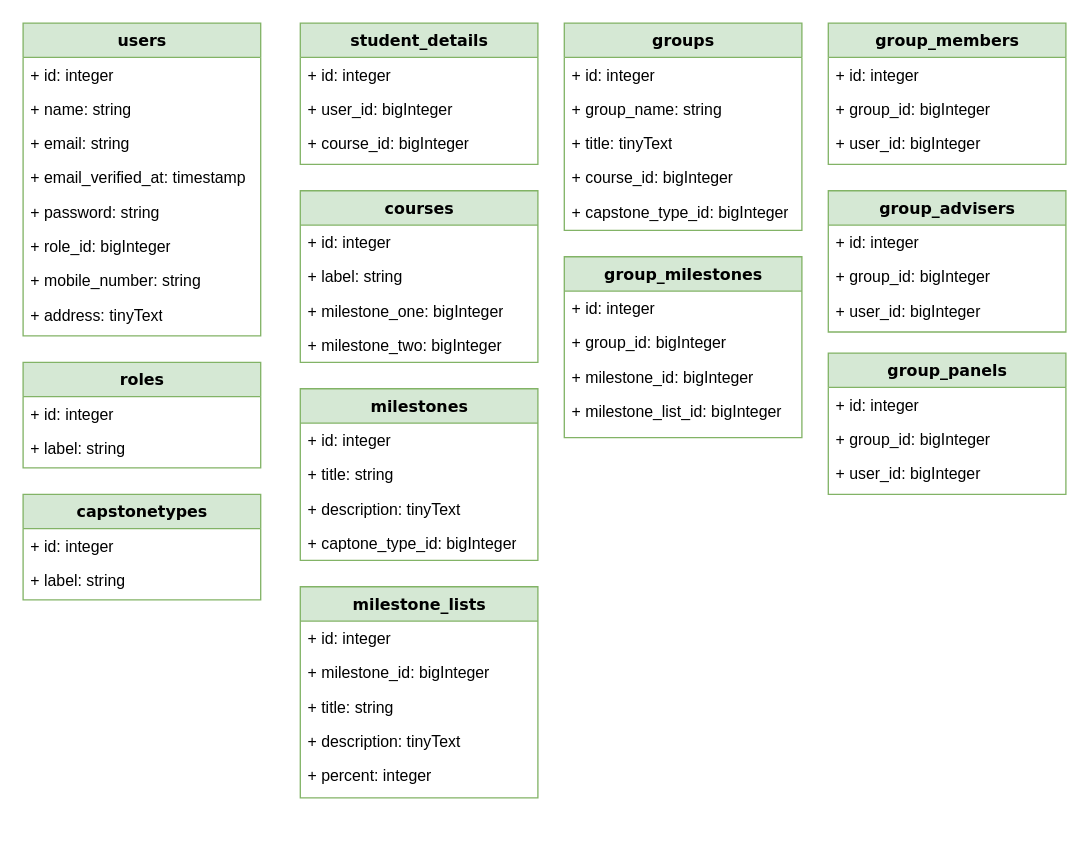
Earlier version of the draw.io diagram database/schema.drawio (elur123/ccerms-api). Source tidied: cells renumbered, new cells numbered last; positions are measured from the earlier drawing's top-left corner, leaving out a move shared by most shapes. Both pictures are drawn from the tidied source at 132%, with x=0, y=0 at pixel (22, 22).
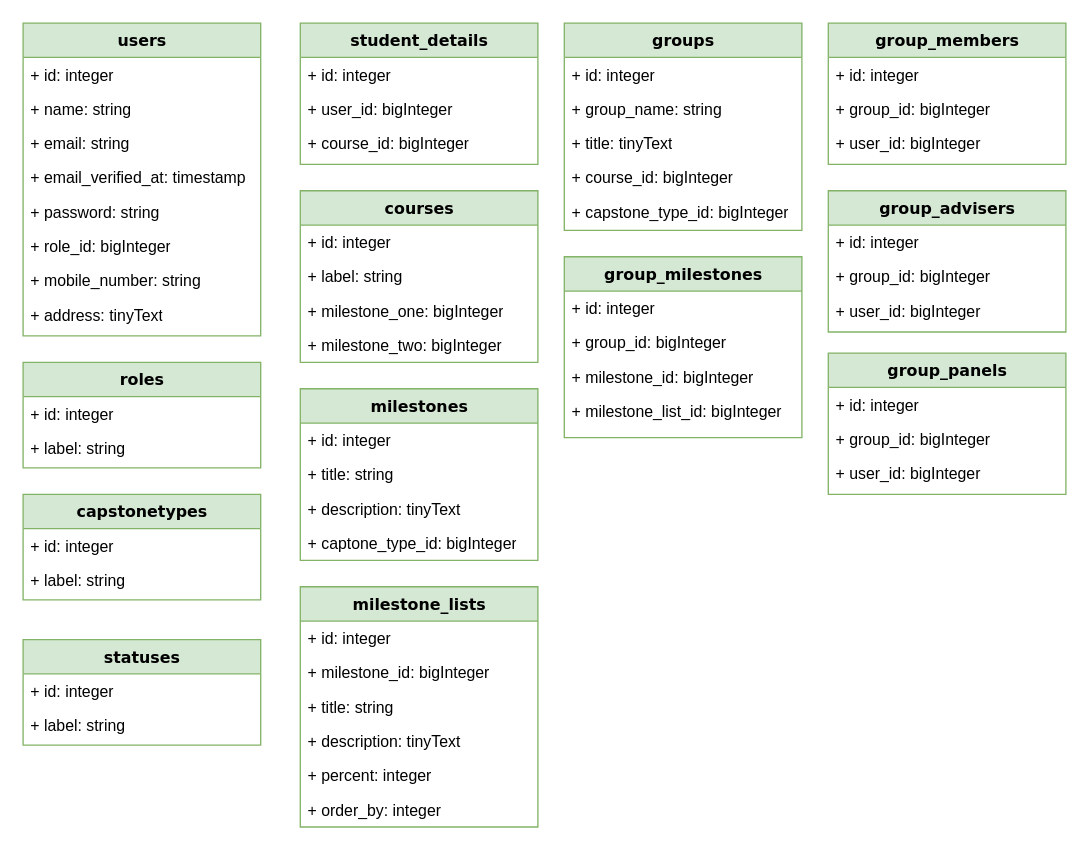
The same diagram, later.

The edit, as a diff of the source:
```diff
@@
     <mxCell id="28" value="milestone_lists" style="swimlane;html=1;fontStyle=1;align=center;verticalAlign=top;horizontal=1;startSize=26;swimlaneFillColor=#ffffff;rounded=0;shadow=0;comic=0;labelBackgroundColor=none;strokeWidth=1;fillColor=#d5e8d4;fontFamily=Verdana;fontSize=12;strokeColor=#82b366;" parent="1" vertex="1">
-      <mxGeometry x="210" y="427" width="180" height="160" as="geometry" />
+      <mxGeometry x="210" y="427" width="180" height="182" as="geometry" />
     </mxCell>
@@
+    <mxCell id="60" value="+ order_by: integer" style="text;html=1;strokeColor=none;fillColor=none;align=left;verticalAlign=top;spacingLeft=4;spacingRight=4;whiteSpace=wrap;overflow=hidden;" parent="28" vertex="1">
+      <mxGeometry y="156" width="180" height="26" as="geometry" />
+    </mxCell>
@@
+    <mxCell id="61" value="statuses" style="swimlane;html=1;fontStyle=1;align=center;verticalAlign=top;horizontal=1;startSize=26;swimlaneFillColor=#ffffff;rounded=0;shadow=0;comic=0;labelBackgroundColor=none;strokeWidth=1;fillColor=#d5e8d4;fontFamily=Verdana;fontSize=12;strokeColor=#82b366;" parent="1" vertex="1">
+      <mxGeometry y="467" width="180" height="80" as="geometry" />
+    </mxCell>
+    <mxCell id="62" value="+ id: integer" style="text;html=1;strokeColor=none;fillColor=none;align=left;verticalAlign=top;spacingLeft=4;spacingRight=4;whiteSpace=wrap;overflow=hidden;" parent="61" vertex="1">
+      <mxGeometry y="26" width="180" height="26" as="geometry" />
+    </mxCell>
+    <mxCell id="63" value="+ label: string" style="text;html=1;strokeColor=none;fillColor=none;align=left;verticalAlign=top;spacingLeft=4;spacingRight=4;whiteSpace=wrap;overflow=hidden;" parent="61" vertex="1">
+      <mxGeometry y="52" width="180" height="26" as="geometry" />
+    </mxCell>
```
